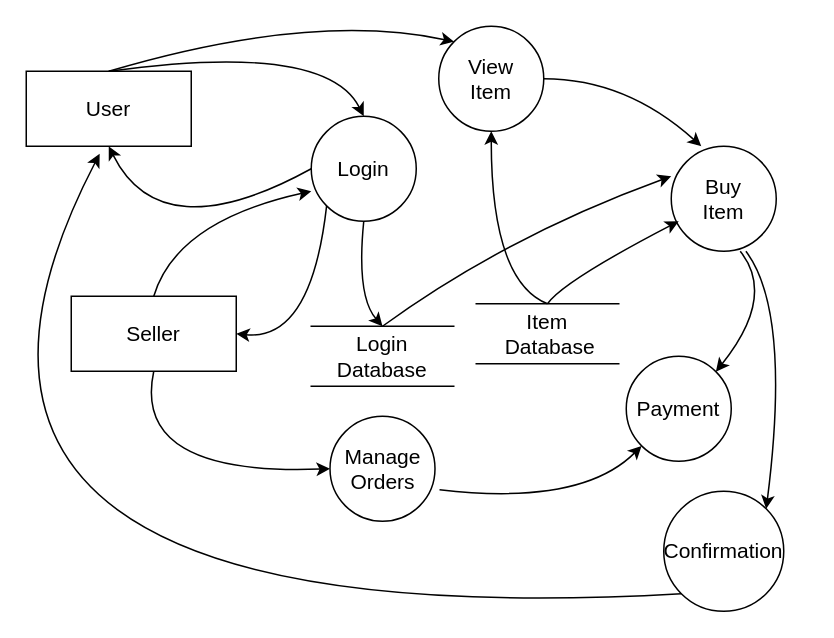
Above: DFD Level-1.drawio in Yash7200/SE (draw.io), before the change. Source tidied: cells renumbered, new cells numbered last; positions are measured from the earlier drawing's top-left corner, leaving out a move shared by most shapes. Both pictures are drawn from the tidied source at 150%, with x=0, y=0 at pixel (-154, 10).
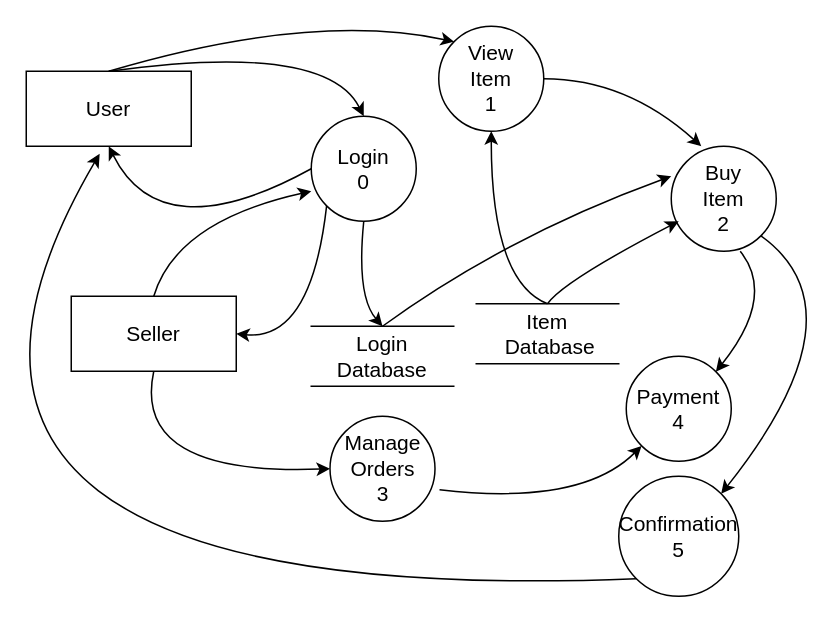
The same diagram, later.

Unchanged cells that the change refers to:
```xml
<mxCell id="2" value="&lt;font style=&quot;font-size: 14px;&quot;&gt;User&lt;/font&gt;" style="rounded=0;whiteSpace=wrap;html=1;" parent="1" vertex="1">
  <mxGeometry x="120" y="40" width="110" height="50" as="geometry" />
</mxCell>
```

What changed in the source:
```diff
@@
-    <mxCell id="3" value="Login" style="ellipse;whiteSpace=wrap;html=1;fontSize=14;" parent="1" vertex="1">
+    <mxCell id="3" value="&lt;div&gt;Login&lt;/div&gt;0" style="ellipse;whiteSpace=wrap;html=1;fontSize=14;" parent="1" vertex="1">
       <mxGeometry x="310" y="70" width="70" height="70" as="geometry" />
     </mxCell>
-    <mxCell id="4" value="&lt;div&gt;View&lt;/div&gt;&lt;div&gt;Item&lt;br&gt;&lt;/div&gt;" style="ellipse;whiteSpace=wrap;html=1;fontSize=14;" parent="1" vertex="1">
+    <mxCell id="4" value="&lt;div&gt;View&lt;/div&gt;&lt;div&gt;Item&lt;br&gt;&lt;/div&gt;&lt;div&gt;1&lt;br&gt;&lt;/div&gt;" style="ellipse;whiteSpace=wrap;html=1;fontSize=14;" parent="1" vertex="1">
       <mxGeometry x="395" y="10" width="70" height="70" as="geometry" />
     </mxCell>
@@
-    <mxCell id="11" value="&lt;div&gt;Buy&lt;br&gt;&lt;/div&gt;&lt;div&gt;Item&lt;br&gt;&lt;/div&gt;" style="ellipse;whiteSpace=wrap;html=1;fontSize=14;" parent="1" vertex="1">
+    <mxCell id="11" value="&lt;div&gt;Buy&lt;br&gt;&lt;/div&gt;&lt;div&gt;Item&lt;br&gt;&lt;/div&gt;&lt;div&gt;2&lt;br&gt;&lt;/div&gt;" style="ellipse;whiteSpace=wrap;html=1;fontSize=14;" parent="1" vertex="1">
       <mxGeometry x="550" y="90" width="70" height="70" as="geometry" />
     </mxCell>
@@
-    <mxCell id="19" value="Payment" style="ellipse;whiteSpace=wrap;html=1;fontSize=14;" parent="1" vertex="1">
+    <mxCell id="19" value="&lt;div&gt;Payment&lt;/div&gt;&lt;div&gt;4&lt;br&gt;&lt;/div&gt;" style="ellipse;whiteSpace=wrap;html=1;fontSize=14;" parent="1" vertex="1">
       <mxGeometry x="520" y="230" width="70" height="70" as="geometry" />
     </mxCell>
@@
-    <mxCell id="21" value="&lt;div&gt;Manage&lt;/div&gt;&lt;div&gt;Orders&lt;br&gt;&lt;/div&gt;" style="ellipse;whiteSpace=wrap;html=1;fontSize=14;" parent="1" vertex="1">
+    <mxCell id="21" value="&lt;div&gt;Manage&lt;/div&gt;&lt;div&gt;Orders&lt;br&gt;&lt;/div&gt;&lt;div&gt;3&lt;br&gt;&lt;/div&gt;" style="ellipse;whiteSpace=wrap;html=1;fontSize=14;" parent="1" vertex="1">
       <mxGeometry x="322.5" y="270" width="70" height="70" as="geometry" />
     </mxCell>
@@
-    <mxCell id="24" value="Confirmation" style="ellipse;whiteSpace=wrap;html=1;fontSize=14;" parent="1" vertex="1">
-      <mxGeometry x="545" y="320" width="80" height="80" as="geometry" />
+    <mxCell id="24" value="&lt;div&gt;Confirmation&lt;/div&gt;&lt;div&gt;5&lt;br&gt;&lt;/div&gt;" style="ellipse;whiteSpace=wrap;html=1;fontSize=14;" parent="1" vertex="1">
+      <mxGeometry x="515" y="310" width="80" height="80" as="geometry" />
     </mxCell>
-    <mxCell id="25" style="curved=1;endArrow=classic;html=1;rounded=0;fontSize=14;exitX=0.711;exitY=1;exitDx=0;exitDy=0;entryX=1;entryY=0;entryDx=0;entryDy=0;exitPerimeter=0;" parent="1" edge="1" source="11" target="24">
+    <mxCell id="25" style="curved=1;endArrow=classic;html=1;rounded=0;fontSize=14;exitX=1;exitY=1;exitDx=0;exitDy=0;entryX=1;entryY=0;entryDx=0;entryDy=0;" parent="1" edge="1" source="11" target="24">
       <mxGeometry relative="1" as="geometry">
         <Array as="points">
-          <mxPoint x="630" y="200" />
+          <mxPoint x="680" y="200" />
         </Array>
       </mxGeometry>
     </mxCell>
     <mxCell id="26" style="curved=1;endArrow=classic;html=1;rounded=0;fontSize=14;entryX=0.445;entryY=1.1;entryDx=0;entryDy=0;exitX=0;exitY=1;exitDx=0;exitDy=0;entryPerimeter=0;" parent="1" edge="1" source="24" target="2">
       <mxGeometry relative="1" as="geometry">
         <Array as="points">
-          <mxPoint y="420" />
+          <mxPoint x="-10" y="400" />
         </Array>
       </mxGeometry>
     </mxCell>
```
